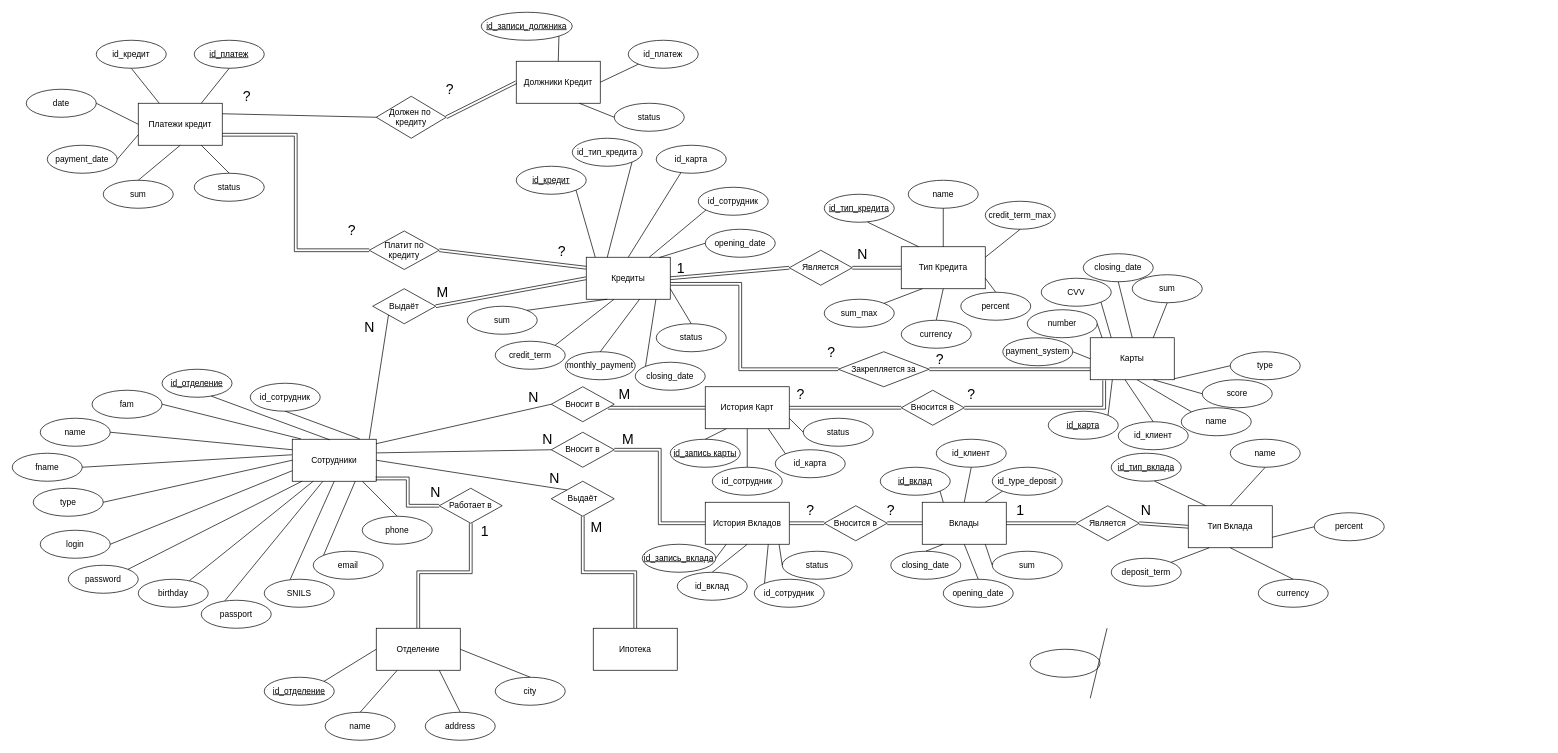
Before: Концептуальная схема базы данных.drawio in tssergeev/lflflflf, a draw.io diagram. Source tidied: cells renumbered, new cells numbered last; positions are measured from the earlier drawing's top-left corner, leaving out a move shared by most shapes. Both pictures are drawn from the tidied source at 70%, with x=0, y=0 at pixel (12, 12).
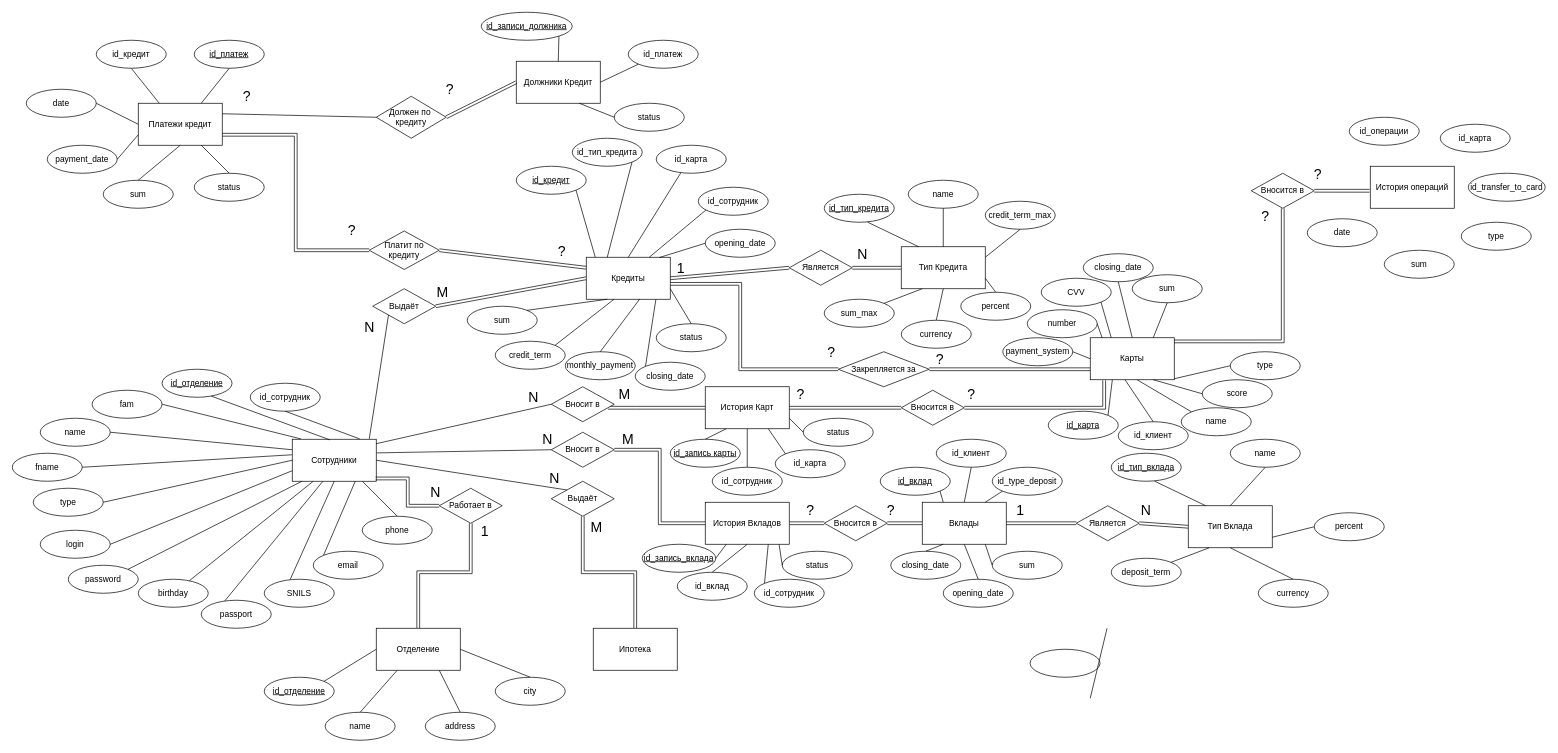
After the change.

Unchanged cells that the change refers to:
```xml
<mxCell id="193" value="Карты" style="rounded=0;whiteSpace=wrap;html=1;" parent="1" vertex="1">
  <mxGeometry x="1540" y="465" width="120" height="60" as="geometry" />
</mxCell>
```

What changed in the source:
```diff
@@
+    <mxCell id="218" value="Вносится в" style="rhombus;whiteSpace=wrap;html=1;" parent="1" vertex="1">
+      <mxGeometry x="1770" y="230" width="90" height="50" as="geometry" />
+    </mxCell>
+    <mxCell id="219" style="endArrow=none;html=1;rounded=0;entryX=0.5;entryY=1;entryDx=0;entryDy=0;exitX=0.998;exitY=0.087;exitDx=0;exitDy=0;shape=link;edgeStyle=orthogonalEdgeStyle;exitPerimeter=0;" parent="1" edge="1" source="193" target="218">
+      <mxGeometry relative="1" as="geometry">
+        <Array as="points">
+          <mxPoint x="1815" y="470" />
+        </Array>
+      </mxGeometry>
+    </mxCell>
+    <mxCell id="220" value="&lt;font style=&quot;font-size: 20px;&quot;&gt;?&lt;/font&gt;" style="text;html=1;align=center;verticalAlign=middle;strokeColor=none;fillColor=none;" parent="1" vertex="1">
+      <mxGeometry x="1775" y="270" width="30" height="40" as="geometry" />
+    </mxCell>
+    <mxCell id="221" style="edgeStyle=orthogonalEdgeStyle;rounded=0;jettySize=auto;html=1;exitX=-0.008;exitY=0.584;exitDx=0;exitDy=0;entryX=1;entryY=0.5;entryDx=0;entryDy=0;shape=link;exitPerimeter=0;" parent="1" edge="1" source="222" target="218">
+      <mxGeometry relative="1" as="geometry" />
+    </mxCell>
+    <mxCell id="222" value="История операций" style="rounded=0;whiteSpace=wrap;html=1;" parent="1" vertex="1">
+      <mxGeometry x="1940" y="220" width="120" height="60" as="geometry" />
+    </mxCell>
+    <mxCell id="223" value="date" style="ellipse;whiteSpace=wrap;html=1;" parent="1" vertex="1">
+      <mxGeometry x="1850" y="295" width="100" height="40" as="geometry" />
+    </mxCell>
+    <mxCell id="224" value="sum" style="ellipse;whiteSpace=wrap;html=1;" parent="1" vertex="1">
+      <mxGeometry x="1960" y="340" width="100" height="40" as="geometry" />
+    </mxCell>
+    <mxCell id="225" value="type" style="ellipse;whiteSpace=wrap;html=1;" parent="1" vertex="1">
+      <mxGeometry x="2070" y="300" width="100" height="40" as="geometry" />
+    </mxCell>
+    <mxCell id="226" value="id_transfer_to_card" style="ellipse;whiteSpace=wrap;html=1;" parent="1" vertex="1">
+      <mxGeometry x="2080" y="230" width="110" height="40" as="geometry" />
+    </mxCell>
+    <mxCell id="227" value="id_карта" style="ellipse;whiteSpace=wrap;html=1;" parent="1" vertex="1">
+      <mxGeometry x="2040" y="160" width="100" height="40" as="geometry" />
+    </mxCell>
+    <mxCell id="228" value="id_операции" style="ellipse;whiteSpace=wrap;html=1;" parent="1" vertex="1">
+      <mxGeometry x="1910" y="150" width="100" height="40" as="geometry" />
+    </mxCell>
+    <mxCell id="229" value="&lt;font style=&quot;font-size: 20px;&quot;&gt;?&lt;/font&gt;" style="text;html=1;align=center;verticalAlign=middle;strokeColor=none;fillColor=none;" parent="1" vertex="1">
+      <mxGeometry x="1850" y="210" width="30" height="40" as="geometry" />
+    </mxCell>
```
